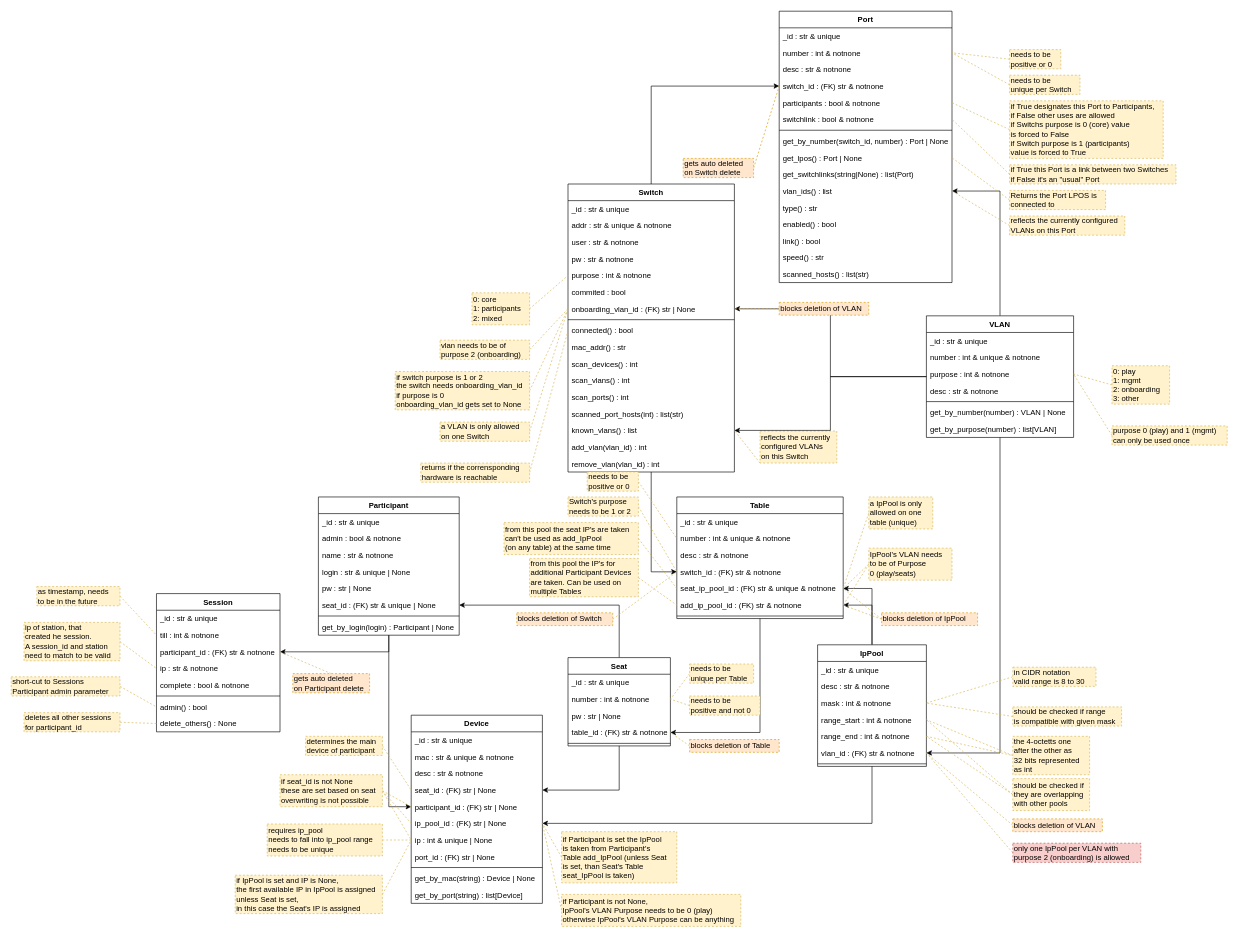
Above: docs/elements_classes.drawio in nils-ost/LanPartyOnboardingSystem (draw.io), before the change. Source tidied: cells renumbered, new cells numbered last; positions are measured from the earlier drawing's top-left corner, leaving out a move shared by most shapes. Both pictures are drawn from the tidied source at 64%, with x=0, y=0 at pixel (11, 11).
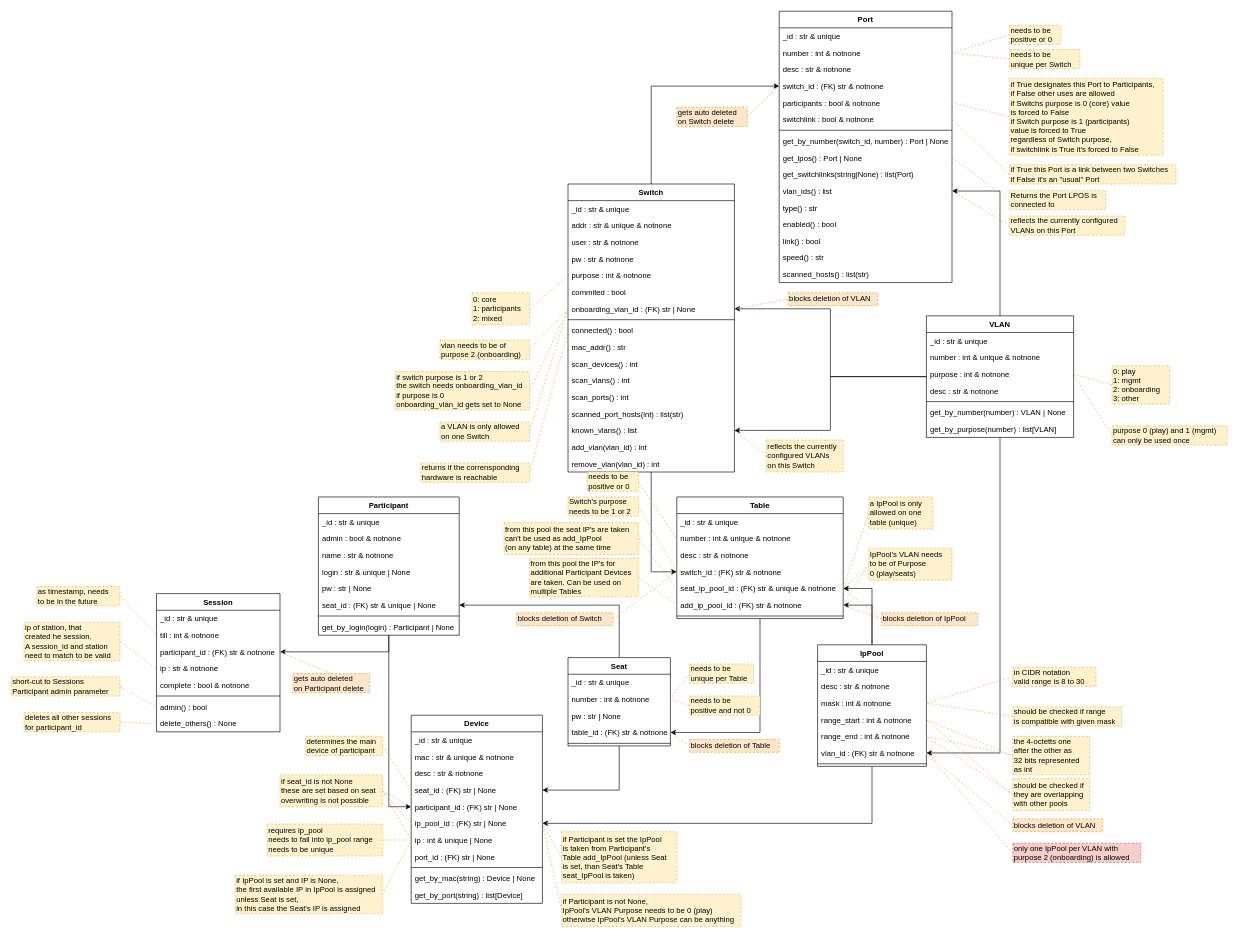
The same page after the edit.

The change refers to these unchanged cells:
```xml
<mxCell id="28" value="known_vlans() : list" style="text;align=left;verticalAlign=top;spacingLeft=4;spacingRight=4;overflow=hidden;points=[[0,0.5],[1,0.5]];portConstraint=eastwest;" parent="13" vertex="1">
  <mxGeometry y="372" width="260" height="26" as="geometry" />
</mxCell>
```

Change to the diagram source:
```diff
@@
     <mxCell id="168" value="blocks deletion of VLAN" style="rounded=0;whiteSpace=wrap;html=1;fillColor=#ffe6cc;strokeColor=#d79b00;dashed=1;align=left;verticalAlign=middle;horizontal=1;labelPosition=center;verticalLabelPosition=middle;" parent="1" vertex="1">
-      <mxGeometry x="1200" y="455" width="140" height="20" as="geometry" />
+      <mxGeometry x="1214" y="440" width="140" height="20" as="geometry" />
     </mxCell>
@@
     <mxCell id="189" value="needs to be&lt;br&gt;unique per Switch" style="rounded=0;whiteSpace=wrap;html=1;fillColor=#fff2cc;strokeColor=#d6b656;dashed=1;align=left;verticalAlign=middle;horizontal=1;labelPosition=center;verticalLabelPosition=middle;" parent="1" vertex="1">
-      <mxGeometry x="1560" y="100" width="110" height="30" as="geometry" />
+      <mxGeometry x="1560" y="60" width="110" height="30" as="geometry" />
     </mxCell>
@@
-    <mxCell id="191" value="if True designates this Port to Participants,&lt;br&gt;if False other uses are allowed&lt;br&gt;if Switchs purpose is 0 (core) value&lt;br&gt;is forced to False&lt;br&gt;if Switch purpose is 1 (participants)&lt;br&gt;value is forced to True" style="rounded=0;whiteSpace=wrap;html=1;fillColor=#fff2cc;strokeColor=#d6b656;dashed=1;align=left;verticalAlign=middle;horizontal=1;labelPosition=center;verticalLabelPosition=middle;" parent="1" vertex="1">
-      <mxGeometry x="1560" y="140" width="240" height="90" as="geometry" />
+    <mxCell id="191" value="if True designates this Port to Participants,&lt;br&gt;if False other uses are allowed&lt;br&gt;if Switchs purpose is 0 (core) value&lt;br&gt;is forced to False&lt;br&gt;if Switch purpose is 1 (participants)&lt;br&gt;value is forced to True&lt;br&gt;regardless of Switch purpose,&lt;br&gt;if switchlink is True it's forced to False" style="rounded=0;whiteSpace=wrap;html=1;fillColor=#fff2cc;strokeColor=#d6b656;dashed=1;align=left;verticalAlign=middle;horizontal=1;labelPosition=center;verticalLabelPosition=middle;" parent="1" vertex="1">
+      <mxGeometry x="1560" y="105" width="240" height="120" as="geometry" />
     </mxCell>
@@
-    <mxCell id="194" style="rounded=0;jettySize=auto;html=1;exitX=0;exitY=1;exitDx=0;exitDy=0;entryX=1;entryY=0.5;entryDx=0;entryDy=0;endArrow=none;endFill=0;dashed=1;fillColor=#fff2cc;strokeColor=#d6b656;" parent="1" edge="1" source="195" target="28">
+    <mxCell id="194" style="rounded=0;jettySize=auto;html=1;exitX=0;exitY=0.5;exitDx=0;exitDy=0;entryX=1;entryY=0.5;entryDx=0;entryDy=0;endArrow=none;endFill=0;dashed=1;fillColor=#fff2cc;strokeColor=#d6b656;" parent="1" edge="1" source="195" target="28">
       <mxGeometry relative="1" as="geometry" />
     </mxCell>
     <mxCell id="195" value="reflects the currently&lt;br&gt;configured VLANs&lt;br&gt;on this Switch" style="rounded=0;whiteSpace=wrap;html=1;fillColor=#fff2cc;strokeColor=#d6b656;dashed=1;align=left;verticalAlign=middle;horizontal=1;labelPosition=center;verticalLabelPosition=middle;" parent="1" vertex="1">
-      <mxGeometry x="1170" y="656" width="120" height="50" as="geometry" />
+      <mxGeometry x="1180" y="670" width="120" height="50" as="geometry" />
     </mxCell>
@@
     <mxCell id="198" value="gets auto deleted&lt;br&gt;on Switch delete" style="rounded=0;whiteSpace=wrap;html=1;fillColor=#ffe6cc;strokeColor=#d79b00;dashed=1;align=left;verticalAlign=middle;horizontal=1;labelPosition=center;verticalLabelPosition=middle;" parent="1" vertex="1">
-      <mxGeometry x="1050" y="230" width="110" height="30" as="geometry" />
+      <mxGeometry x="1040" y="150" width="110" height="30" as="geometry" />
     </mxCell>
@@
     <mxCell id="200" value="needs to be&lt;br&gt;positive or 0" style="rounded=0;whiteSpace=wrap;html=1;fillColor=#fff2cc;strokeColor=#d6b656;dashed=1;align=left;verticalAlign=middle;horizontal=1;labelPosition=center;verticalLabelPosition=middle;" parent="1" vertex="1">
-      <mxGeometry x="1560" y="60" width="80" height="30" as="geometry" />
+      <mxGeometry x="1560" y="22" width="80" height="30" as="geometry" />
     </mxCell>
```
